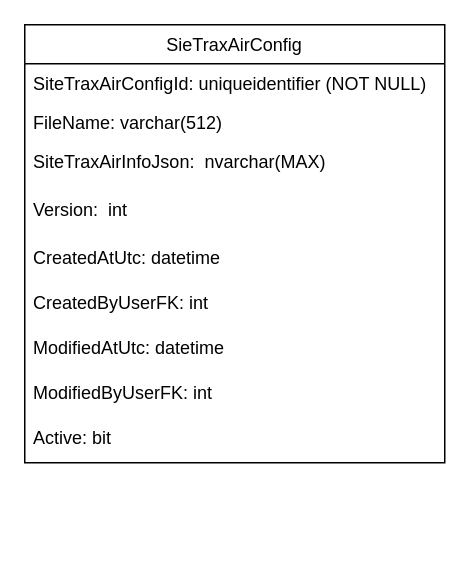
This is Untitled Diagram.drawio from KimPhiJSCDVLP/DemoGitHub, a draw.io file, before an edit. Source tidied: cells renumbered, new cells numbered last; positions are measured from the earlier drawing's top-left corner, leaving out a move shared by most shapes. Both pictures are drawn from the tidied source at 150%, with x=0, y=0 at pixel (24, 24).
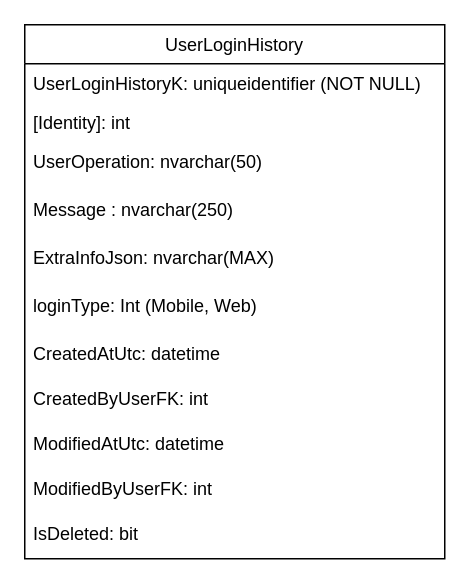
The same page after the edit.

Change to the diagram source:
```diff
@@
 <mxGraphModel background="#FFFFFF">
   <root>
     <mxCell id="0" />
     <mxCell id="1" parent="0" />
-    <mxCell id="2" value="SieTraxAirConfig" style="swimlane;fontStyle=0;horizontal=1;startSize=26;fillColor=none;" parent="1" vertex="1">
-      <mxGeometry width="280" height="292" as="geometry" />
+    <mxCell id="2" value="UserLoginHistory" style="swimlane;fontStyle=0;horizontal=1;startSize=26;fillColor=none;" parent="1" vertex="1">
+      <mxGeometry width="280" height="356" as="geometry" />
     </mxCell>
-    <mxCell id="3" value="SiteTraxAirConfigId: uniqueidentifier (NOT NULL)" style="text;strokeColor=none;fillColor=none;align=left;verticalAlign=top;spacingLeft=4;spacingRight=4;overflow=hidden;" parent="2" vertex="1">
+    <mxCell id="3" value="UserLoginHistoryK: uniqueidentifier (NOT NULL)" style="text;strokeColor=none;fillColor=none;align=left;verticalAlign=top;spacingLeft=4;spacingRight=4;overflow=hidden;" parent="2" vertex="1">
       <mxGeometry y="26" width="280" height="26" as="geometry" />
     </mxCell>
-    <mxCell id="4" value="FileName: varchar(512)" style="text;strokeColor=none;fillColor=none;align=left;verticalAlign=top;spacingLeft=4;spacingRight=4;overflow=hidden;" parent="2" vertex="1">
+    <mxCell id="4" value="[Identity]: int" style="text;strokeColor=none;fillColor=none;align=left;verticalAlign=top;spacingLeft=4;spacingRight=4;overflow=hidden;" parent="2" vertex="1">
       <mxGeometry y="52" width="280" height="26" as="geometry" />
     </mxCell>
-    <mxCell id="5" value="SiteTraxAirInfoJson:  nvarchar(MAX)" style="text;strokeColor=none;fillColor=none;align=left;verticalAlign=top;spacingLeft=4;spacingRight=4;overflow=hidden;" parent="2" vertex="1">
+    <mxCell id="5" value="UserOperation: nvarchar(50)" style="text;strokeColor=none;fillColor=none;align=left;verticalAlign=top;spacingLeft=4;spacingRight=4;overflow=hidden;" parent="2" vertex="1">
       <mxGeometry y="78" width="280" height="32" as="geometry" />
     </mxCell>
-    <mxCell id="6" value="Version:  int" style="text;strokeColor=none;fillColor=none;align=left;verticalAlign=top;spacingLeft=4;spacingRight=4;overflow=hidden;" parent="2" vertex="1">
+    <mxCell id="6" value="Message : nvarchar(250)" style="text;strokeColor=none;fillColor=none;align=left;verticalAlign=top;spacingLeft=4;spacingRight=4;overflow=hidden;" parent="2" vertex="1">
       <mxGeometry y="110" width="280" height="32" as="geometry" />
     </mxCell>
+    <mxCell id="12" value="ExtraInfoJson: nvarchar(MAX)" style="text;strokeColor=none;fillColor=none;align=left;verticalAlign=top;spacingLeft=4;spacingRight=4;overflow=hidden;" parent="2" vertex="1">
+      <mxGeometry y="142" width="280" height="32" as="geometry" />
+    </mxCell>
+    <mxCell id="13" value="loginType: Int (Mobile, Web)" style="text;strokeColor=none;fillColor=none;align=left;verticalAlign=top;spacingLeft=4;spacingRight=4;overflow=hidden;" parent="2" vertex="1">
+      <mxGeometry y="174" width="280" height="32" as="geometry" />
+    </mxCell>
     <mxCell id="7" value="CreatedAtUtc: datetime" style="text;strokeColor=none;fillColor=none;align=left;verticalAlign=top;spacingLeft=4;spacingRight=4;overflow=hidden;" parent="2" vertex="1">
-      <mxGeometry y="142" width="280" height="30" as="geometry" />
+      <mxGeometry y="206" width="280" height="30" as="geometry" />
     </mxCell>
     <mxCell id="8" value="CreatedByUserFK: int" style="text;strokeColor=none;fillColor=none;align=left;verticalAlign=top;spacingLeft=4;spacingRight=4;overflow=hidden;" parent="2" vertex="1">
-      <mxGeometry y="172" width="280" height="30" as="geometry" />
+      <mxGeometry y="236" width="280" height="30" as="geometry" />
     </mxCell>
     <mxCell id="9" value="ModifiedAtUtc: datetime" style="text;strokeColor=none;fillColor=none;align=left;verticalAlign=top;spacingLeft=4;spacingRight=4;overflow=hidden;" parent="2" vertex="1">
-      <mxGeometry y="202" width="280" height="30" as="geometry" />
+      <mxGeometry y="266" width="280" height="30" as="geometry" />
     </mxCell>
     <mxCell id="10" value="ModifiedByUserFK: int" style="text;strokeColor=none;fillColor=none;align=left;verticalAlign=top;spacingLeft=4;spacingRight=4;overflow=hidden;" parent="2" vertex="1">
-      <mxGeometry y="232" width="280" height="30" as="geometry" />
+      <mxGeometry y="296" width="280" height="30" as="geometry" />
     </mxCell>
-    <mxCell id="11" value="Active: bit" style="text;strokeColor=none;fillColor=none;align=left;verticalAlign=top;spacingLeft=4;spacingRight=4;overflow=hidden;" parent="2" vertex="1">
-      <mxGeometry y="262" width="280" height="30" as="geometry" />
+    <mxCell id="11" value="IsDeleted: bit" style="text;strokeColor=none;fillColor=none;align=left;verticalAlign=top;spacingLeft=4;spacingRight=4;overflow=hidden;" parent="2" vertex="1">
+      <mxGeometry y="326" width="280" height="30" as="geometry" />
     </mxCell>
   </root>
 </mxGraphModel>
```
